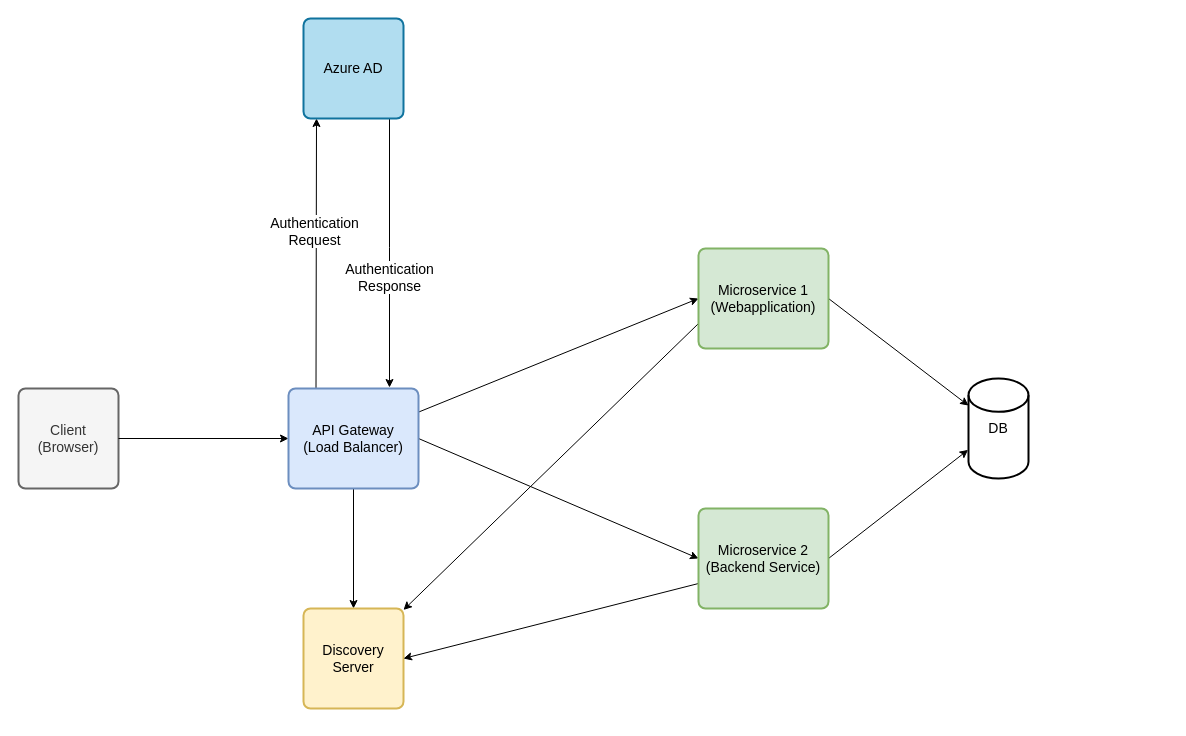
This is MicroServiceArchitecture.drawio from durgeshpatel7317/diagrams, a draw.io file, before an edit. Source tidied: cells renumbered, new cells numbered last; positions are measured from the earlier drawing's top-left corner, leaving out a move shared by most shapes. Both pictures are drawn from the tidied source at 100%, with x=0, y=0 at pixel (18, 18).
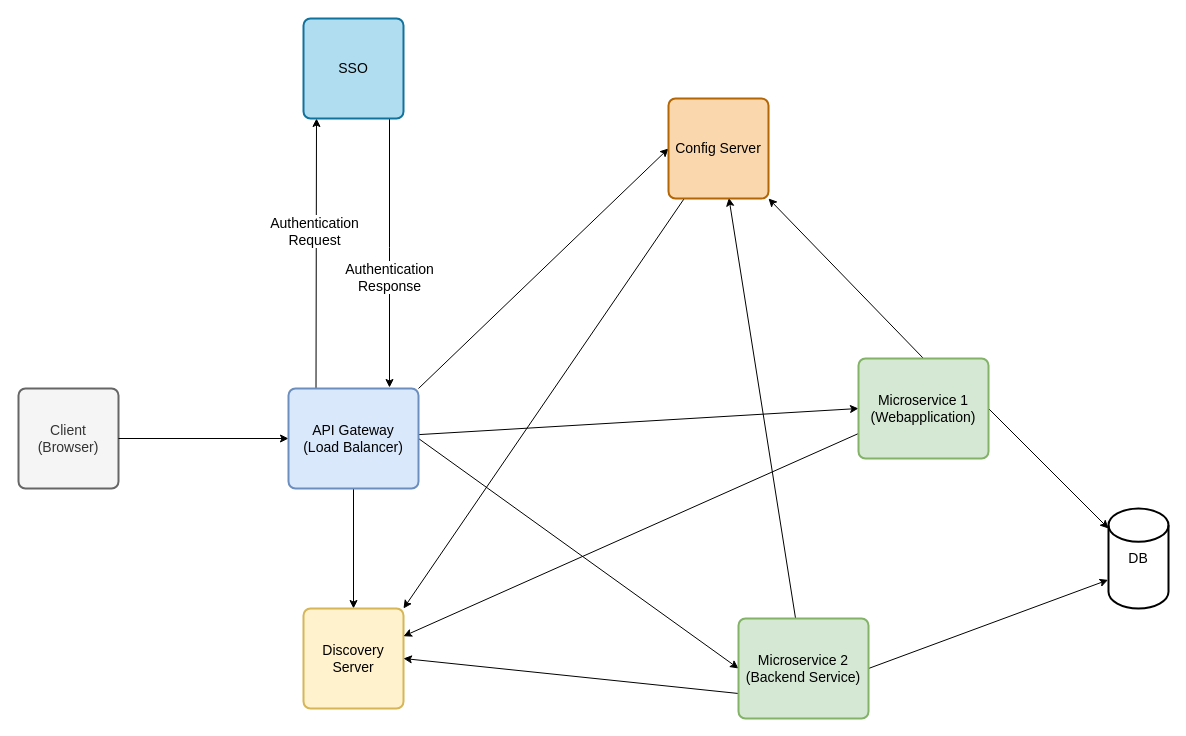
After the change.

The change refers to these unchanged cells:
```xml
<mxCell id="9" value="&lt;font style=&quot;font-size: 14px;&quot;&gt;API Gateway&lt;br&gt;(Load Balancer)&lt;/font&gt;" style="rounded=1;whiteSpace=wrap;html=1;absoluteArcSize=1;arcSize=14;strokeWidth=2;fillColor=#dae8fc;strokeColor=#6c8ebf;" parent="1" vertex="1">
  <mxGeometry x="270" y="370" width="130" height="100" as="geometry" />
</mxCell>
<mxCell id="10" value="Discovery Server" style="rounded=1;whiteSpace=wrap;html=1;absoluteArcSize=1;arcSize=14;strokeWidth=2;fontSize=14;fillColor=#fff2cc;strokeColor=#d6b656;" parent="1" vertex="1">
  <mxGeometry x="285" y="590" width="100" height="100" as="geometry" />
</mxCell>
```

Diff of the diagram source:
```diff
@@
+    <mxCell id="21" style="edgeStyle=none;rounded=0;jettySize=auto;html=1;exitX=1;exitY=0;exitDx=0;exitDy=0;entryX=0;entryY=0.5;entryDx=0;entryDy=0;fontSize=14;" parent="1" edge="1" source="9" target="25">
+      <mxGeometry relative="1" as="geometry" />
+    </mxCell>
@@
+    <mxCell id="22" style="edgeStyle=none;rounded=0;jettySize=auto;html=1;entryX=0.604;entryY=0.994;entryDx=0;entryDy=0;entryPerimeter=0;fontSize=14;" parent="1" edge="1" source="13" target="25">
+      <mxGeometry relative="1" as="geometry" />
+    </mxCell>
     <mxCell id="13" value="&lt;span style=&quot;font-size: 14px;&quot;&gt;Microservice 2&lt;br&gt;(Backend Service)&lt;br&gt;&lt;/span&gt;" style="rounded=1;whiteSpace=wrap;html=1;absoluteArcSize=1;arcSize=14;strokeWidth=2;fillColor=#d5e8d4;strokeColor=#82b366;" parent="1" vertex="1">
-      <mxGeometry x="680" y="490" width="130" height="100" as="geometry" />
+      <mxGeometry x="720" y="600" width="130" height="100" as="geometry" />
     </mxCell>
@@
+    <mxCell id="23" style="edgeStyle=none;rounded=0;jettySize=auto;html=1;exitX=0.5;exitY=0;exitDx=0;exitDy=0;entryX=1;entryY=1;entryDx=0;entryDy=0;fontSize=14;" parent="1" edge="1" source="16" target="25">
+      <mxGeometry relative="1" as="geometry" />
+    </mxCell>
     <mxCell id="16" value="&lt;span style=&quot;font-size: 14px;&quot;&gt;Microservice 1 (Webapplication)&lt;/span&gt;" style="rounded=1;whiteSpace=wrap;html=1;absoluteArcSize=1;arcSize=14;strokeWidth=2;fillColor=#d5e8d4;strokeColor=#82b366;" parent="1" vertex="1">
-      <mxGeometry x="680" y="230" width="130" height="100" as="geometry" />
+      <mxGeometry x="840" y="340" width="130" height="100" as="geometry" />
     </mxCell>
@@
-    <mxCell id="19" value="Azure AD" style="rounded=1;whiteSpace=wrap;html=1;absoluteArcSize=1;arcSize=14;strokeWidth=2;fontSize=14;fillColor=#b1ddf0;strokeColor=#10739e;" parent="1" vertex="1">
+    <mxCell id="19" value="SSO" style="rounded=1;whiteSpace=wrap;html=1;absoluteArcSize=1;arcSize=14;strokeWidth=2;fontSize=14;fillColor=#b1ddf0;strokeColor=#10739e;" parent="1" vertex="1">
       <mxGeometry x="285" width="100" height="100" as="geometry" />
     </mxCell>
     <mxCell id="20" value="DB" style="strokeWidth=2;html=1;shape=mxgraph.flowchart.database;whiteSpace=wrap;fontSize=14;" parent="1" vertex="1">
-      <mxGeometry x="950" y="360" width="60" height="100" as="geometry" />
+      <mxGeometry x="1090" y="490" width="60" height="100" as="geometry" />
     </mxCell>
+    <mxCell id="24" style="edgeStyle=none;rounded=0;jettySize=auto;html=1;entryX=1;entryY=0;entryDx=0;entryDy=0;fontSize=14;" parent="1" edge="1" source="25" target="10">
+      <mxGeometry relative="1" as="geometry" />
+    </mxCell>
+    <mxCell id="25" value="Config Server" style="rounded=1;whiteSpace=wrap;html=1;absoluteArcSize=1;arcSize=14;strokeWidth=2;fontSize=14;fillColor=#fad7ac;strokeColor=#b46504;" parent="1" vertex="1">
+      <mxGeometry x="650" y="80" width="100" height="100" as="geometry" />
+    </mxCell>
```
